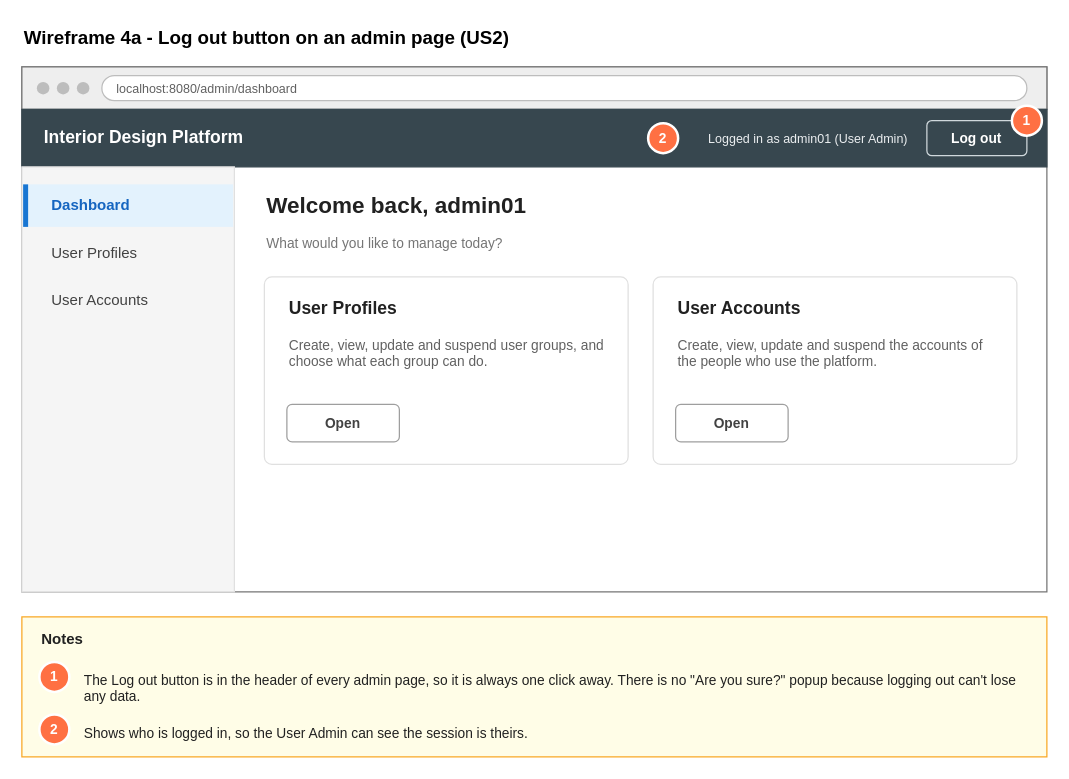
Above: page "4a Wireframe - Log out button" (2 of 6) of Sprint_1/US2 - Log out/US2 Log out.drawio in Hanzxc/CSIT314-ARCHSS (draw.io), before the change. Source tidied: cells renumbered, new cells numbered last; positions are measured from the earlier drawing's top-left corner, leaving out a move shared by most shapes. Both pictures are drawn from the tidied source at 125%, with x=0, y=0 at pixel (21, 21).
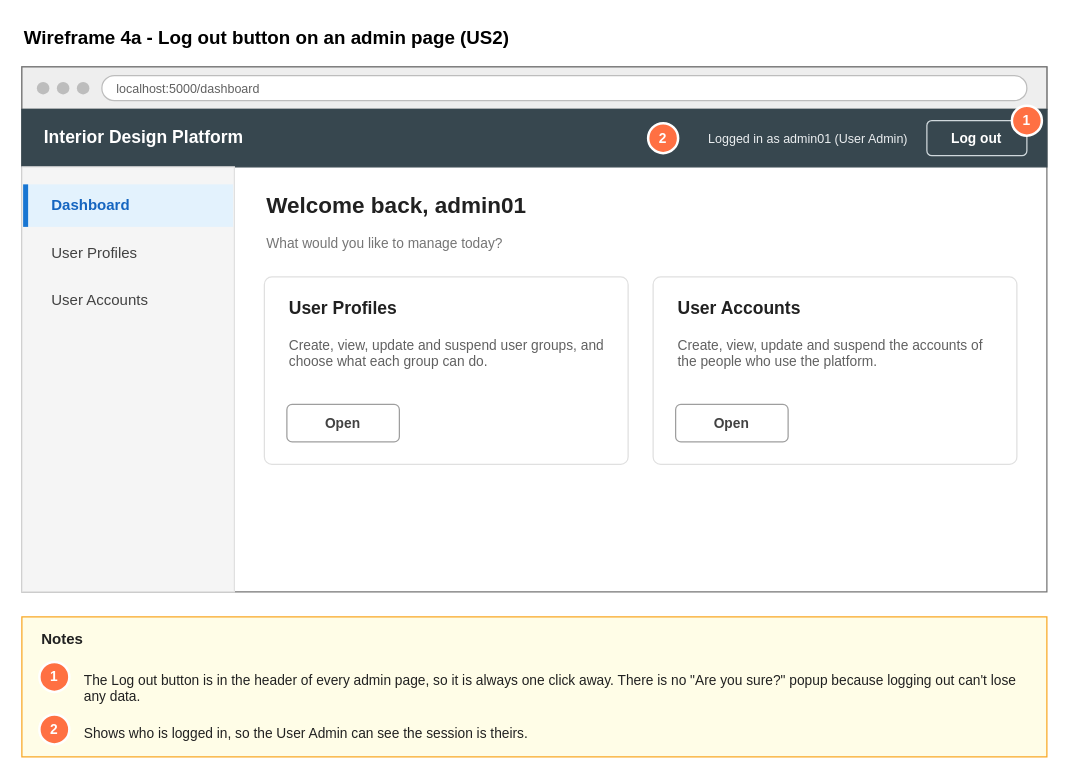
Above is the later version.

The edit, as a diff of the source:
```diff
@@
-    <mxCell id="8" value="localhost:8080/admin/dashboard" style="rounded=1;whiteSpace=wrap;html=1;fillColor=#FFFFFF;strokeColor=#BDBDBD;fontSize=10;fontColor=#616161;align=left;spacingLeft=10;arcSize=50;" parent="1" vertex="1">
+    <mxCell id="8" value="localhost:5000/dashboard" style="rounded=1;whiteSpace=wrap;html=1;fillColor=#FFFFFF;strokeColor=#BDBDBD;fontSize=10;fontColor=#616161;align=left;spacingLeft=10;arcSize=50;" parent="1" vertex="1">
       <mxGeometry x="64" y="43" width="740" height="20" as="geometry" />
     </mxCell>
```
